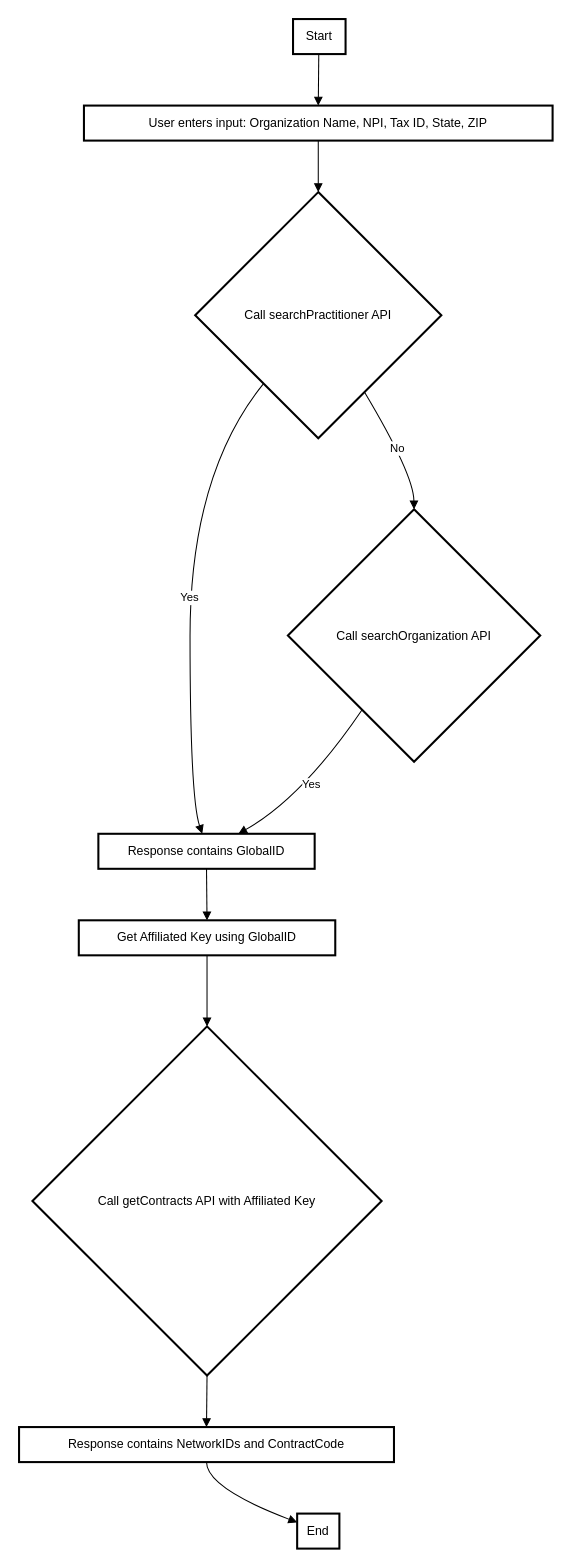
Before: logo/Untitled Diagram.drawio in akuma761/LLM-RAG-GPT-project, a draw.io diagram. Source tidied: cells renumbered, new cells numbered last; positions are measured from the earlier drawing's top-left corner, leaving out a move shared by most shapes. Both pictures are drawn from the tidied source at 103%, with x=0, y=0 at pixel (19, 19).
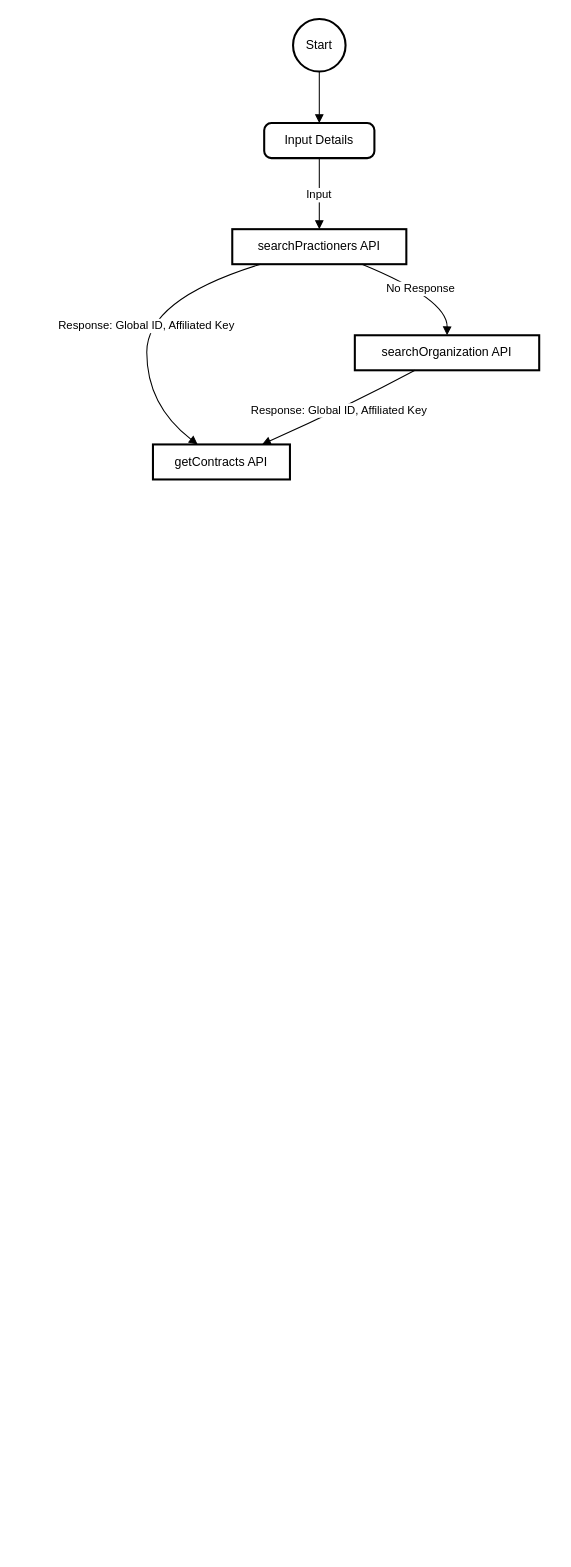
The same page after the edit.

The edit, as a diff of the source:
```diff
@@
-    <mxCell id="2" value="Start" style="whiteSpace=wrap;strokeWidth=2;" parent="1" vertex="1">
-      <mxGeometry x="266" width="51" height="34" as="geometry" />
+    <mxCell id="2" value="Start" style="ellipse;strokeWidth=2;whiteSpace=wrap;" parent="1" vertex="1">
+      <mxGeometry x="266" width="51" height="51" as="geometry" />
     </mxCell>
-    <mxCell id="3" value="User enters input: Organization Name, NPI, Tax ID, State, ZIP" style="whiteSpace=wrap;strokeWidth=2;" parent="1" vertex="1">
-      <mxGeometry x="63" y="84" width="455" height="34" as="geometry" />
-    </mxCell>
-    <mxCell id="4" value="Call searchPractitioner API" style="rhombus;strokeWidth=2;whiteSpace=wrap;" parent="1" vertex="1">
-      <mxGeometry x="171" y="168" width="239" height="239" as="geometry" />
-    </mxCell>
-    <mxCell id="5" value="Response contains GlobalID" style="whiteSpace=wrap;strokeWidth=2;" parent="1" vertex="1">
-      <mxGeometry x="77" y="791" width="210" height="34" as="geometry" />
-    </mxCell>
-    <mxCell id="6" value="Call searchOrganization API" style="rhombus;strokeWidth=2;whiteSpace=wrap;" parent="1" vertex="1">
-      <mxGeometry x="261" y="476" width="245" height="245" as="geometry" />
-    </mxCell>
-    <mxCell id="7" value="End" style="whiteSpace=wrap;strokeWidth=2;" parent="1" vertex="1">
-      <mxGeometry x="270" y="1451" width="41" height="34" as="geometry" />
-    </mxCell>
-    <mxCell id="8" value="Get Affiliated Key using GlobalID" style="whiteSpace=wrap;strokeWidth=2;" parent="1" vertex="1">
-      <mxGeometry x="58" y="875" width="249" height="34" as="geometry" />
-    </mxCell>
-    <mxCell id="9" value="Call getContracts API with Affiliated Key" style="rhombus;strokeWidth=2;whiteSpace=wrap;" parent="1" vertex="1">
-      <mxGeometry x="13" y="978" width="339" height="339" as="geometry" />
-    </mxCell>
-    <mxCell id="10" value="Response contains NetworkIDs and ContractCode" style="whiteSpace=wrap;strokeWidth=2;" parent="1" vertex="1">
-      <mxGeometry y="1367" width="364" height="34" as="geometry" />
-    </mxCell>
-    <mxCell id="11" style="curved=1;startArrow=none;endArrow=block;exitX=0.49;exitY=1;entryX=0.5;entryY=0;rounded=0;" parent="1" edge="1" source="2" target="3">
-      <mxGeometry relative="1" as="geometry" />
-    </mxCell>
-    <mxCell id="12" style="curved=1;startArrow=none;endArrow=block;exitX=0.5;exitY=1;entryX=0.5;entryY=0;rounded=0;" parent="1" edge="1" source="3" target="4">
-      <mxGeometry relative="1" as="geometry" />
-    </mxCell>
-    <mxCell id="13" value="Yes" style="curved=1;startArrow=none;endArrow=block;exitX=0.1;exitY=1;entryX=0.48;entryY=-0.01;rounded=0;" parent="1" edge="1" source="4" target="5">
-      <mxGeometry relative="1" as="geometry">
-        <Array as="points">
-          <mxPoint x="166" y="442" />
-          <mxPoint x="166" y="756" />
-        </Array>
-      </mxGeometry>
-    </mxCell>
-    <mxCell id="14" value="No" style="curved=1;startArrow=none;endArrow=block;exitX=0.8;exitY=1;entryX=0.5;entryY=0;rounded=0;" parent="1" edge="1" source="4" target="6">
-      <mxGeometry relative="1" as="geometry">
-        <Array as="points">
-          <mxPoint x="383" y="442" />
-        </Array>
-      </mxGeometry>
-    </mxCell>
-    <mxCell id="15" value="Yes" style="curved=1;startArrow=none;endArrow=block;exitX=0.15;exitY=1;entryX=0.65;entryY=-0.01;rounded=0;" parent="1" edge="1" source="6" target="5">
-      <mxGeometry relative="1" as="geometry">
-        <Array as="points">
-          <mxPoint x="275" y="756" />
-        </Array>
-      </mxGeometry>
-    </mxCell>
-    <mxCell id="16" style="curved=1;startArrow=none;endArrow=block;exitX=0.5;exitY=0.99;entryX=0.5;entryY=-0.01;rounded=0;" parent="1" edge="1" source="5" target="8">
-      <mxGeometry relative="1" as="geometry" />
-    </mxCell>
-    <mxCell id="17" style="curved=1;startArrow=none;endArrow=block;exitX=0.5;exitY=0.99;entryX=0.5;entryY=0;rounded=0;" parent="1" edge="1" source="8" target="9">
-      <mxGeometry relative="1" as="geometry" />
-    </mxCell>
-    <mxCell id="18" style="curved=1;startArrow=none;endArrow=block;exitX=0.5;exitY=1;entryX=0.5;entryY=-0.01;rounded=0;" parent="1" edge="1" source="9" target="10">
-      <mxGeometry relative="1" as="geometry" />
-    </mxCell>
-    <mxCell id="19" style="curved=1;startArrow=none;endArrow=block;exitX=0.5;exitY=0.99;entryX=0;entryY=0.25;rounded=0;" parent="1" edge="1" source="10" target="7">
-      <mxGeometry relative="1" as="geometry">
-        <Array as="points">
-          <mxPoint x="182" y="1426" />
-        </Array>
-      </mxGeometry>
-    </mxCell>
+    <mxCell id="20" value="Input Details" style="rounded=1;absoluteArcSize=1;arcSize=14;whiteSpace=wrap;strokeWidth=2;" parent="1" vertex="1">
+      <mxGeometry x="238" y="101" width="107" height="34" as="geometry" />
+    </mxCell>
+    <mxCell id="21" value="searchPractioners API" style="whiteSpace=wrap;strokeWidth=2;" parent="1" vertex="1">
+      <mxGeometry x="207" y="204" width="169" height="34" as="geometry" />
+    </mxCell>
+    <mxCell id="22" value="searchOrganization API" style="whiteSpace=wrap;strokeWidth=2;" parent="1" vertex="1">
+      <mxGeometry x="326" y="307" width="179" height="34" as="geometry" />
+    </mxCell>
+    <mxCell id="23" value="getContracts API" style="whiteSpace=wrap;strokeWidth=2;" parent="1" vertex="1">
+      <mxGeometry x="130" y="413" width="133" height="34" as="geometry" />
+    </mxCell>
+    <mxCell id="24" value="Response: Global ID, Affiliated Key" style="curved=1;startArrow=none;endArrow=block;exitX=0.17;exitY=0.99;entryX=0.33;entryY=0.01;rounded=0;" parent="1" edge="1" source="21" target="23">
+      <mxGeometry relative="1" as="geometry">
+        <Array as="points">
+          <mxPoint x="124" y="272" />
+          <mxPoint x="124" y="375" />
+        </Array>
+      </mxGeometry>
+    </mxCell>
+    <mxCell id="25" value="No Response" style="curved=1;startArrow=none;endArrow=block;exitX=0.74;exitY=0.99;entryX=0.5;entryY=-0.01;rounded=0;" parent="1" edge="1" source="21" target="22">
+      <mxGeometry relative="1" as="geometry">
+        <Array as="points">
+          <mxPoint x="416" y="272" />
+        </Array>
+      </mxGeometry>
+    </mxCell>
+    <mxCell id="26" value="Response: Global ID, Affiliated Key" style="curved=1;startArrow=none;endArrow=block;exitX=0.33;exitY=0.99;entryX=0.79;entryY=0.01;rounded=0;" parent="1" edge="1" source="22" target="23">
+      <mxGeometry relative="1" as="geometry">
+        <Array as="points">
+          <mxPoint x="321" y="375" />
+        </Array>
+      </mxGeometry>
+    </mxCell>
+    <mxCell id="27" value="Input" style="curved=1;startArrow=none;endArrow=block;exitX=0.5;exitY=0.99;entryX=0.5;entryY=-0.01;rounded=0;" parent="1" edge="1" source="20" target="21">
+      <mxGeometry relative="1" as="geometry" />
+    </mxCell>
+    <mxCell id="28" style="curved=1;startArrow=none;endArrow=block;exitX=0.49;exitY=0.99;entryX=0.5;entryY=-0.01;rounded=0;" parent="1" edge="1" source="2" target="20">
+      <mxGeometry relative="1" as="geometry" />
+    </mxCell>
```
